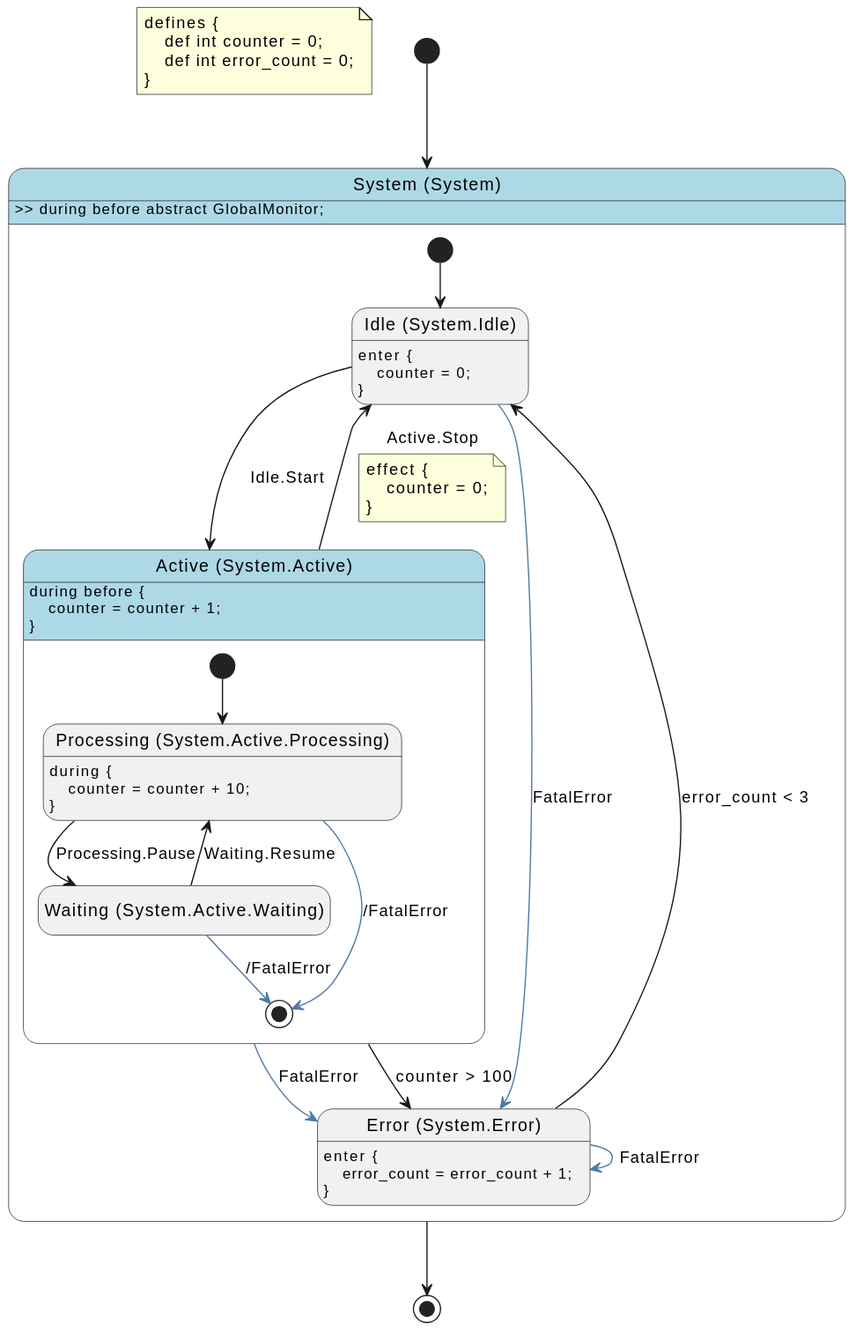
HansBug/pyfcstm keeps this PlantUML diagram as docs/source/tutorials/visualization/output_advanced.puml.svg. Above is the earlier version.
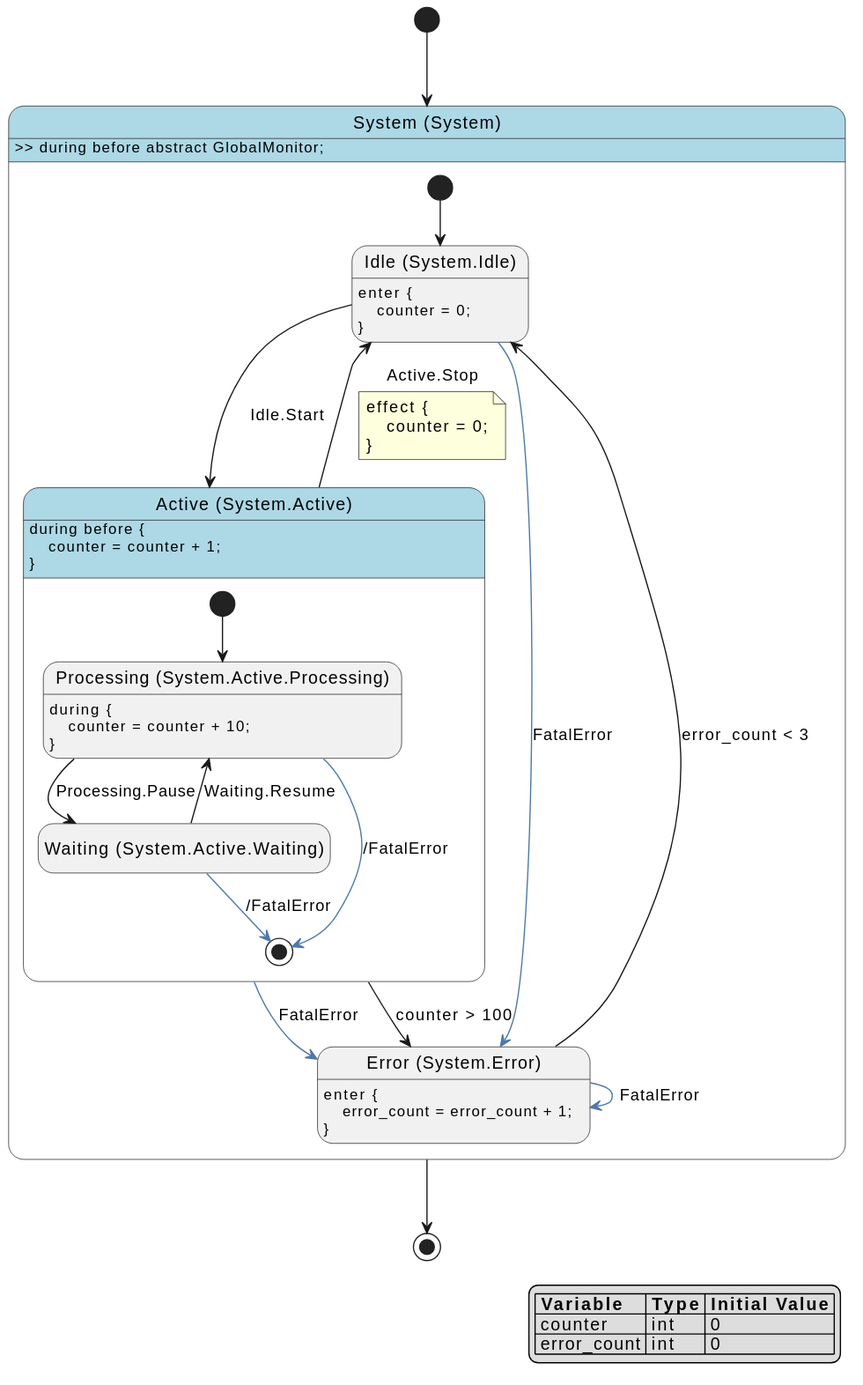
Above is the later version.

The edit, as a diff of the source:
```diff
@@ -8,12 +8,11 @@
   FontStyle<<pseudo>> italic
 }
 
-note as DefinitionNote
-defines {
-    def int counter = 0;
-    def int error_count = 0;
-}
-end note
+legend right
+|= Variable |= Type |= Initial Value |
+| counter | int | 0 |
+| error_count | int | 0 |
+endlegend
 
 state "System (System)" as system <<composite>> {
     state "Idle (System.Idle)" as system__idle
```
